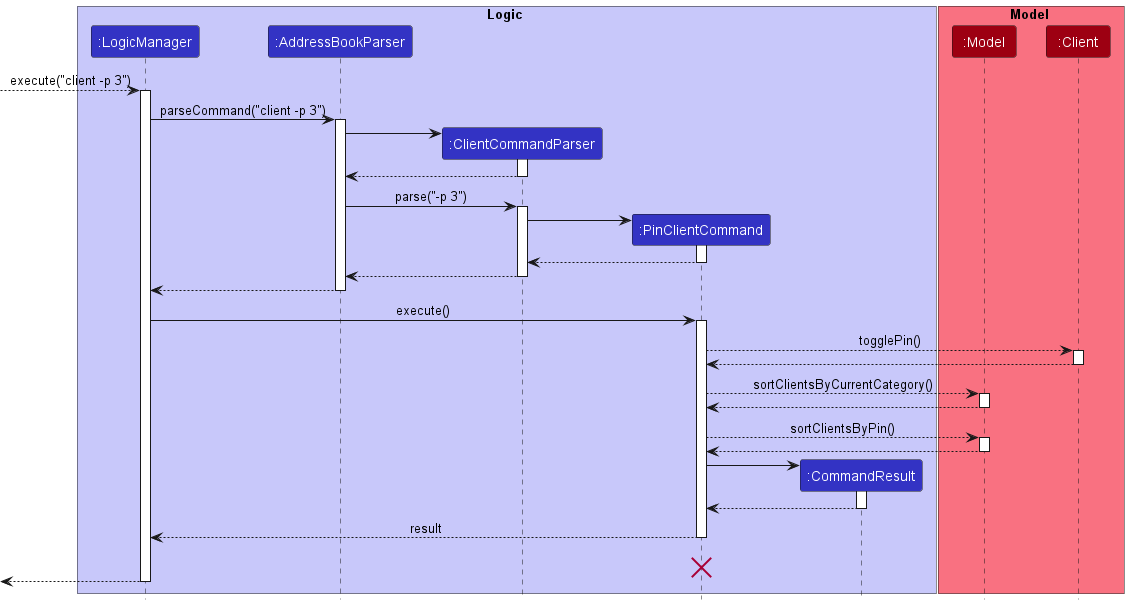
Above: docs/images/PinSequenceDiagram.png in nus-cs2103-AY2223S1/tp (PlantUML), before the change.
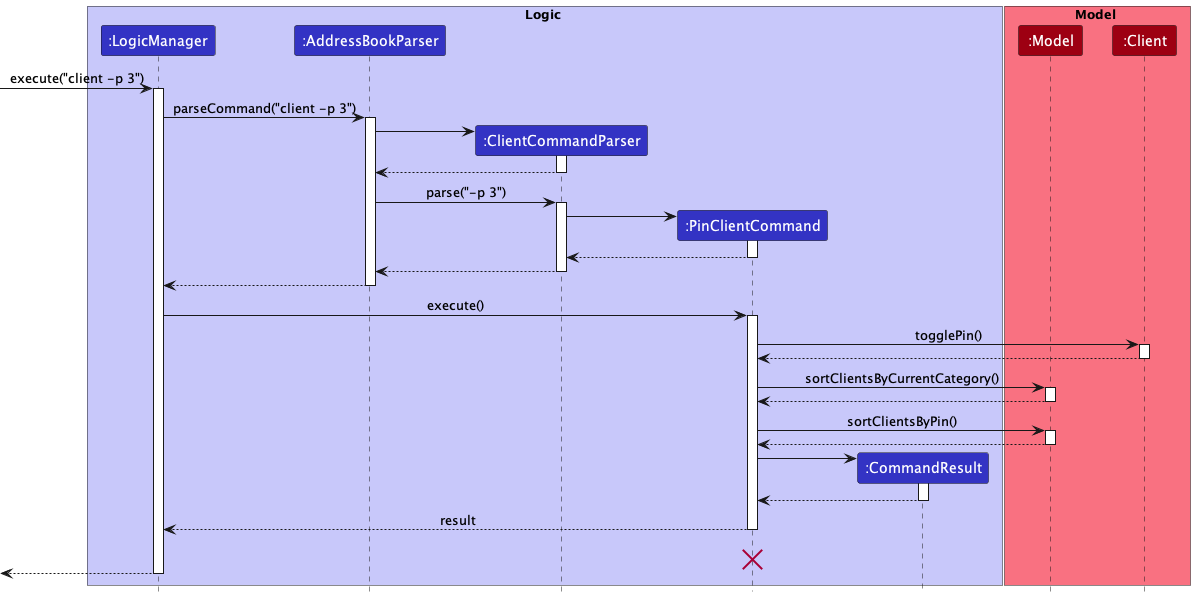
The same diagram one commit later.

Change to the diagram source:
```diff
@@ -14,7 +14,7 @@
 participant ":Client" as Client MODEL_COLOR
 end box
 
---> LogicManager : execute("client -p 3")
+-> LogicManager : execute("client -p 3")
 activate LogicManager
 
 LogicManager -> AddressBookParser : parseCommand("client -p 3")
@@ -44,19 +44,19 @@
 LogicManager -> PinClientCommand : execute()
 activate PinClientCommand
 
-PinClientCommand --> Client : togglePin()
+PinClientCommand -> Client : togglePin()
 activate Client
 
 Client --> PinClientCommand
 deactivate Client
 
-PinClientCommand --> Model : sortClientsByCurrentCategory()
+PinClientCommand -> Model : sortClientsByCurrentCategory()
 activate Model
 
 Model --> PinClientCommand
 deactivate Model
 
-PinClientCommand --> Model : sortClientsByPin()
+PinClientCommand -> Model : sortClientsByPin()
 activate Model
 
 Model --> PinClientCommand
```
